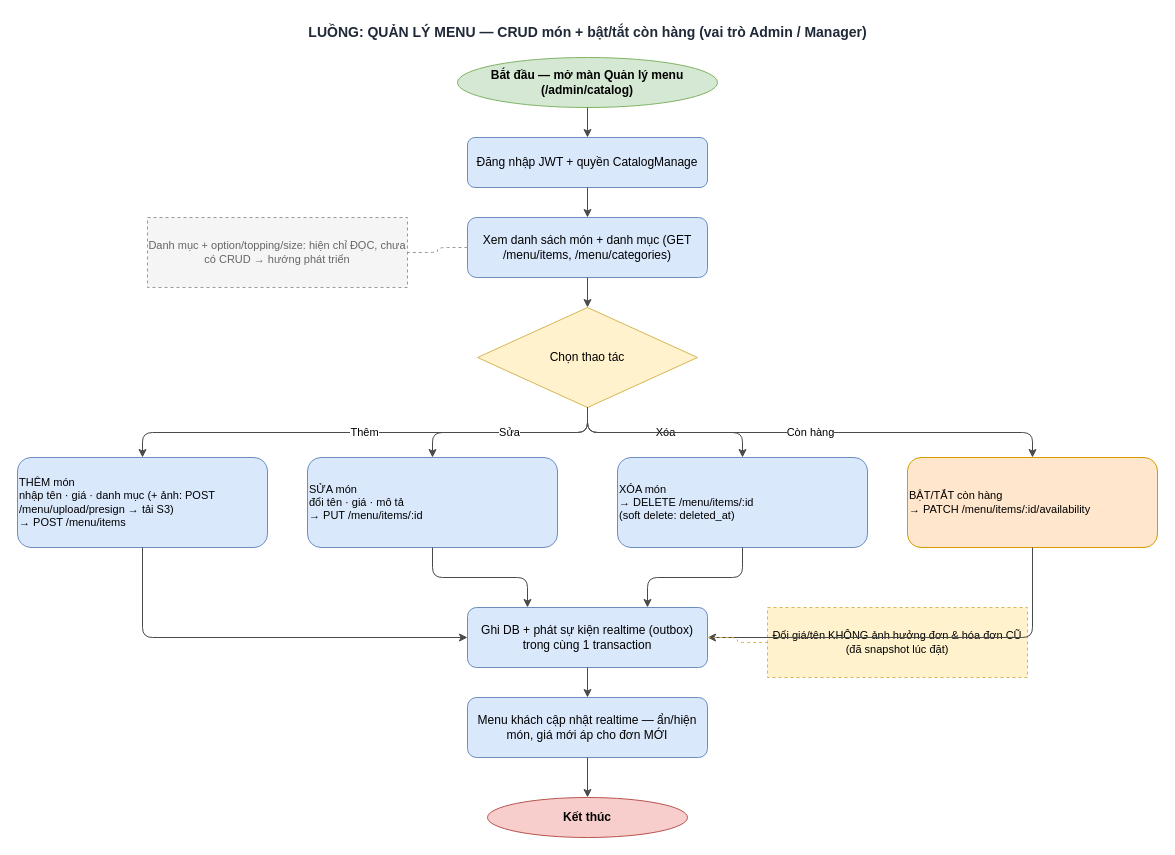
This is page "1. Quan ly menu (Admin)" (1 of 2) of docs/diagrams/luong-admin-menu-qr.drawio from thanhhoa3514/restaurant-management, a draw.io file, before an edit. Source tidied: cells renumbered, new cells numbered last; positions are measured from the earlier drawing's top-left corner, leaving out a move shared by most shapes. Both pictures are drawn from the tidied source at 100%, with x=0, y=0 at pixel (17, 17).
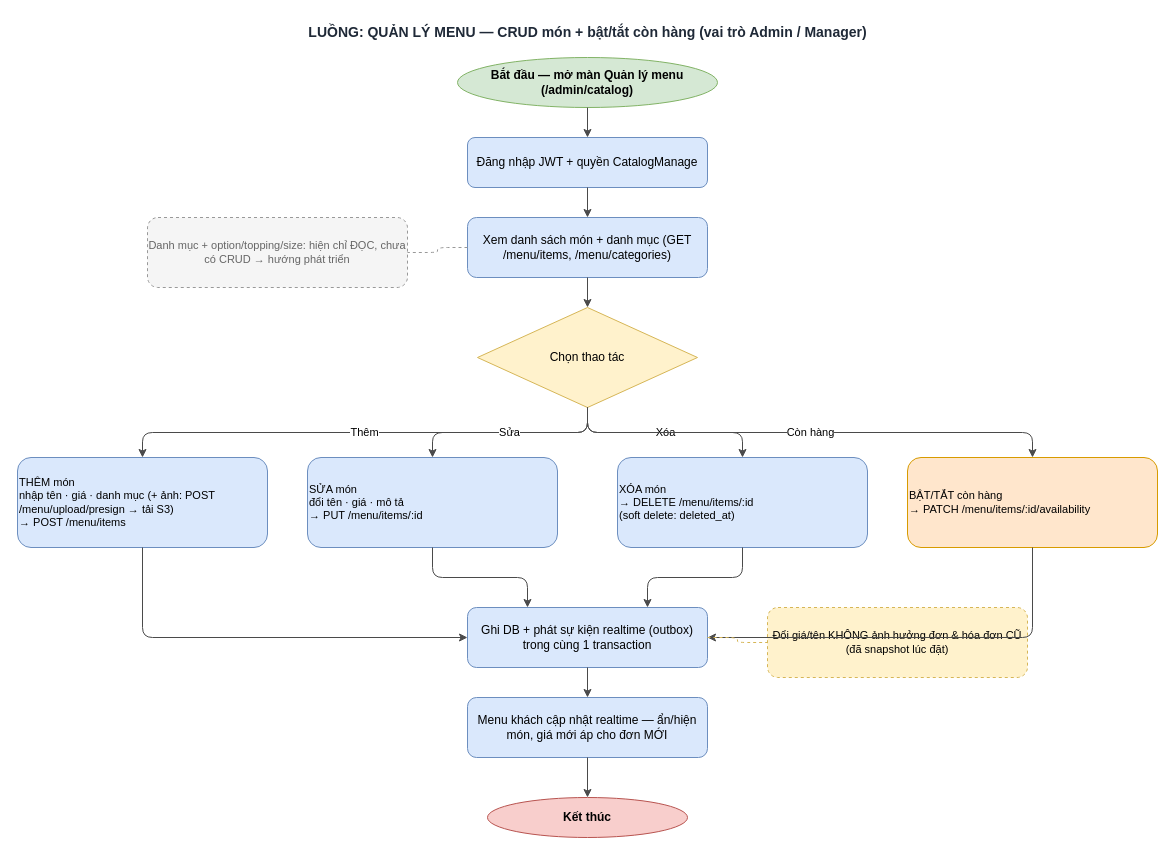
The same diagram, later.

The edit, as a diff of the source:
```diff
@@
-    <mxCell id="14" value="Đổi giá/tên KHÔNG ảnh hưởng đơn &amp; hóa đơn CŨ (đã snapshot lúc đặt)" style="rounded=0;whiteSpace=wrap;html=1;dashed=1;fillColor=#FFF2CC;strokeColor=#D6B656;fontSize=11;" parent="1" vertex="1">
+    <mxCell id="14" value="Đổi giá/tên KHÔNG ảnh hưởng đơn &amp; hóa đơn CŨ (đã snapshot lúc đặt)" style="rounded=1;whiteSpace=wrap;html=1;dashed=1;fillColor=#FFF2CC;strokeColor=#D6B656;fontSize=11;" parent="1" vertex="1">
       <mxGeometry x="750" y="590" width="260" height="70" as="geometry" />
     </mxCell>
-    <mxCell id="15" value="Danh mục + option/topping/size: hiện chỉ ĐỌC, chưa có CRUD → hướng phát triển" style="rounded=0;whiteSpace=wrap;html=1;dashed=1;fillColor=#F5F5F5;strokeColor=#999999;fontSize=11;fontColor=#666666;" parent="1" vertex="1">
+    <mxCell id="15" value="Danh mục + option/topping/size: hiện chỉ ĐỌC, chưa có CRUD → hướng phát triển" style="rounded=1;whiteSpace=wrap;html=1;dashed=1;fillColor=#F5F5F5;strokeColor=#999999;fontSize=11;fontColor=#666666;" parent="1" vertex="1">
       <mxGeometry x="130" y="200" width="260" height="70" as="geometry" />
     </mxCell>
```
